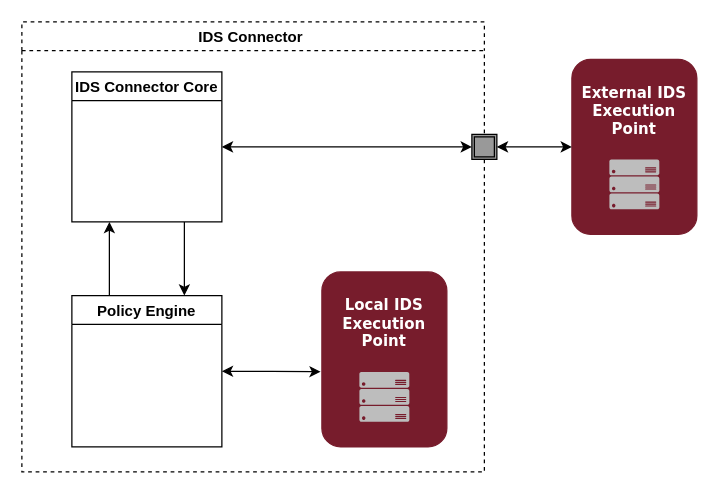
Earlier version of the draw.io diagram page "PXP" (2 of 2) of documentation/4_Perspectives_of_the_Reference_Architecture_Model/4_1_Security_Perspective/media/Context-information-and-execution-point.drawio (International-Data-Spaces-Association/IDS-RAM_4_0). Source tidied: cells renumbered, new cells numbered last; positions are measured from the earlier drawing's top-left corner, leaving out a move shared by most shapes. Both pictures are drawn from the tidied source at 125%, with x=0, y=0 at pixel (21, 21).
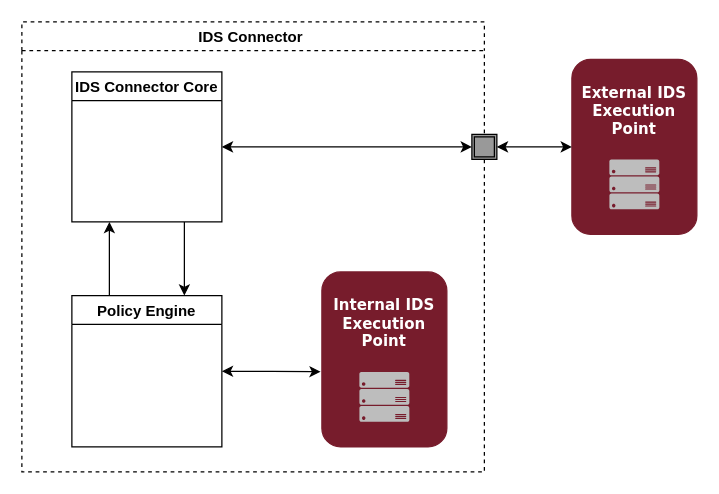
The same diagram, later.

What changed in the source:
```diff
@@
 <mxGraphModel>
   <root>
     <mxCell id="0" />
     <mxCell id="1" parent="0" />
     <mxCell id="2" value="&lt;b style=&quot;color: rgb(255 , 255 , 255) ; font-family: &amp;#34;verdana&amp;#34;&quot;&gt;&lt;font style=&quot;font-size: 12px&quot;&gt;External IDS Execution Point&lt;br&gt;&lt;br&gt;&lt;br&gt;&lt;br&gt;&lt;br&gt;&lt;/font&gt;&lt;/b&gt;" style="rounded=1;whiteSpace=wrap;html=1;fillColor=#771C2C;strokeColor=#771C2C;" parent="1" vertex="1">
       <mxGeometry x="440" y="30" width="100" height="140" as="geometry" />
     </mxCell>
     <mxCell id="3" value="IDS Connector " style="swimlane;dashed=1;" parent="1" vertex="1">
       <mxGeometry width="370" height="360" as="geometry" />
     </mxCell>
     <mxCell id="4" style="edgeStyle=orthogonalEdgeStyle;rounded=0;jettySize=auto;html=1;exitX=0.25;exitY=0;exitDx=0;exitDy=0;entryX=0.25;entryY=1;entryDx=0;entryDy=0;" parent="3" edge="1" source="5" target="6">
       <mxGeometry relative="1" as="geometry" />
     </mxCell>
     <mxCell id="5" value="Policy Engine" style="swimlane;fontSize=12;startSize=23;" parent="3" vertex="1">
       <mxGeometry x="40" y="219" width="120" height="121" as="geometry" />
     </mxCell>
     <mxCell id="6" value="IDS Connector Core" style="swimlane;startSize=23;" parent="3" vertex="1">
       <mxGeometry x="40" y="40" width="120" height="120" as="geometry" />
     </mxCell>
     <mxCell id="7" style="endArrow=classic;html=1;rounded=0;exitX=0.75;exitY=1;exitDx=0;exitDy=0;entryX=0.75;entryY=0;entryDx=0;entryDy=0;" parent="3" edge="1" source="6" target="5">
       <mxGeometry relative="1" as="geometry" />
     </mxCell>
-    <mxCell id="8" value="&lt;b style=&quot;color: rgb(255 , 255 , 255) ; font-family: &amp;#34;verdana&amp;#34;&quot;&gt;&lt;font style=&quot;font-size: 12px&quot;&gt;Local IDS Execution Point&lt;br&gt;&lt;br&gt;&lt;br&gt;&lt;br&gt;&lt;br&gt;&lt;/font&gt;&lt;/b&gt;" style="rounded=1;whiteSpace=wrap;html=1;fillColor=#771C2C;strokeColor=#771C2C;" parent="3" vertex="1">
+    <mxCell id="8" value="&lt;b style=&quot;color: rgb(255 , 255 , 255) ; font-family: &amp;#34;verdana&amp;#34;&quot;&gt;&lt;font style=&quot;font-size: 12px&quot;&gt;Internal IDS Execution Point&lt;br&gt;&lt;br&gt;&lt;br&gt;&lt;br&gt;&lt;br&gt;&lt;/font&gt;&lt;/b&gt;" style="rounded=1;whiteSpace=wrap;html=1;fillColor=#771C2C;strokeColor=#771C2C;" parent="3" vertex="1">
       <mxGeometry x="240" y="200" width="100" height="140" as="geometry" />
     </mxCell>
     <mxCell id="9" style="sketch=0;shadow=0;dashed=0;html=1;strokeColor=none;labelPosition=center;verticalLabelPosition=bottom;verticalAlign=top;align=center;fillColor=#BDBDBD;shape=mxgraph.azure.server_rack;" parent="3" vertex="1">
       <mxGeometry x="270" y="280" width="40" height="40" as="geometry" />
     </mxCell>
     <mxCell id="10" style="edgeStyle=orthogonalEdgeStyle;rounded=0;jettySize=auto;html=1;exitX=1;exitY=0.5;exitDx=0;exitDy=0;startArrow=classic;startFill=1;entryX=-0.01;entryY=0.571;entryDx=0;entryDy=0;entryPerimeter=0;" parent="3" edge="1" source="5" target="8">
       <mxGeometry relative="1" as="geometry" />
     </mxCell>
     <mxCell id="11" style="edgeStyle=orthogonalEdgeStyle;rounded=0;orthogonalLoop=1;jettySize=auto;html=1;exitX=1;exitY=0.5;exitDx=0;exitDy=0;startArrow=none;startFill=1;entryX=0;entryY=0.5;entryDx=0;entryDy=0;" parent="1" edge="1" source="12" target="12">
       <mxGeometry relative="1" as="geometry" />
     </mxCell>
     <mxCell id="12" style="shape=ext;double=1;whiteSpace=wrap;html=1;fillColor=#999999;" parent="1" vertex="1">
       <mxGeometry x="360" y="90" width="20" height="20" as="geometry" />
     </mxCell>
     <mxCell id="13" style="edgeStyle=orthogonalEdgeStyle;rounded=0;jettySize=auto;html=1;exitX=1;exitY=0.5;exitDx=0;exitDy=0;startArrow=classic;startFill=1;endArrow=classic;entryX=0;entryY=0.5;entryDx=0;entryDy=0;endFill=1;" parent="1" edge="1" source="6" target="12">
       <mxGeometry relative="1" as="geometry" />
     </mxCell>
     <mxCell id="14" style="edgeStyle=orthogonalEdgeStyle;rounded=0;jettySize=auto;html=1;exitX=1;exitY=0.5;exitDx=0;exitDy=0;startArrow=classic;startFill=1;endArrow=classic;entryX=0;entryY=0.5;entryDx=0;entryDy=0;endFill=1;" parent="1" edge="1" source="12" target="2">
       <mxGeometry relative="1" as="geometry" />
     </mxCell>
     <mxCell id="15" style="sketch=0;shadow=0;dashed=0;html=1;strokeColor=none;labelPosition=center;verticalLabelPosition=bottom;verticalAlign=top;align=center;fillColor=#BDBDBD;shape=mxgraph.azure.server_rack;" parent="1" vertex="1">
       <mxGeometry x="470" y="110" width="40" height="40" as="geometry" />
     </mxCell>
   </root>
 </mxGraphModel>
```
